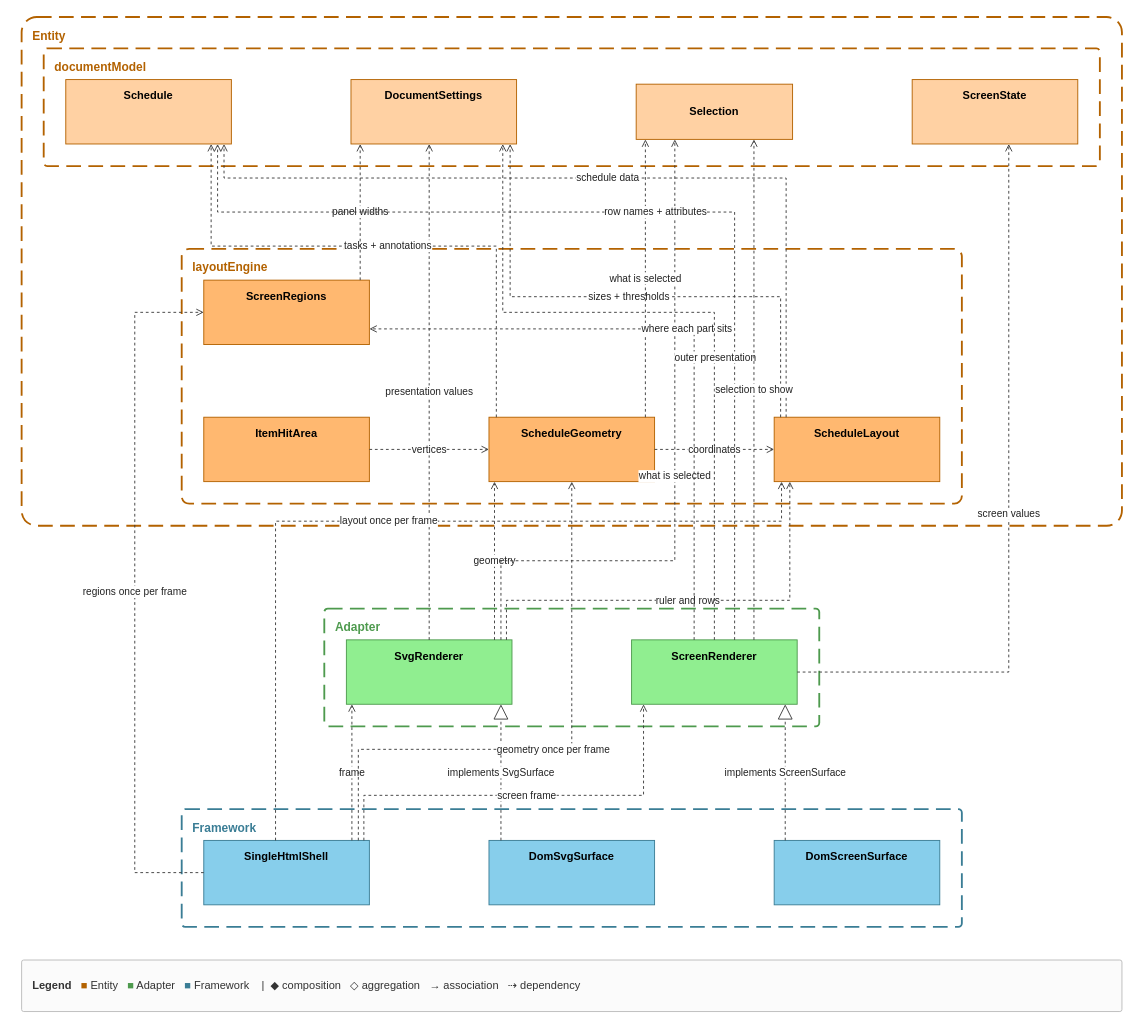
GoodRelax/gr-scheduler keeps this draw.io diagram as docs/spec/_assets/source/view-read.drawio. Above is the earlier version. Source tidied: cells renumbered, new cells numbered last; positions are measured from the earlier drawing's top-left corner, leaving out a move shared by most shapes. Both pictures are drawn from the tidied source at 92%, with x=0, y=0 at pixel (21, 17).
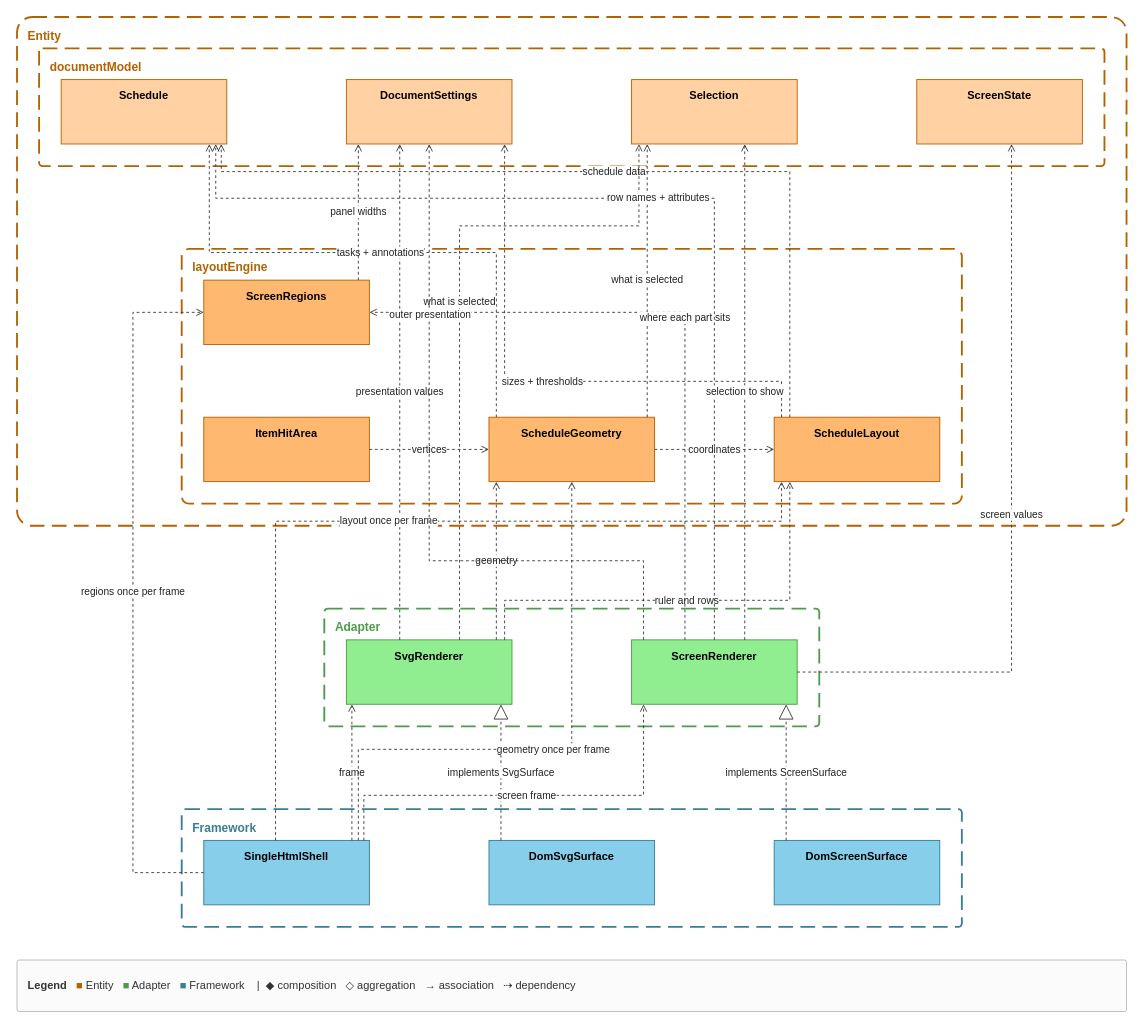
The same page after the edit.

Unchanged cells that the change refers to:
```xml
<mxCell id="7" value="&lt;b&gt;SingleHtmlShell&lt;/b&gt;" style="rounded=0;whiteSpace=wrap;html=1;verticalAlign=top;spacingTop=4;fillColor=#87CEEB;strokeColor=#3A7D95;" parent="1" vertex="1">
  <mxGeometry x="198" y="895" width="180" height="70" as="geometry" />
</mxCell>
<mxCell id="9" value="&lt;b&gt;SvgRenderer&lt;/b&gt;" style="rounded=0;whiteSpace=wrap;html=1;verticalAlign=top;spacingTop=4;fillColor=#90EE90;strokeColor=#4E9A4E;" parent="1" vertex="1">
  <mxGeometry x="353" y="677" width="180" height="70" as="geometry" />
</mxCell>
<mxCell id="12" value="&lt;b&gt;ScheduleLayout&lt;/b&gt;" style="rounded=0;whiteSpace=wrap;html=1;verticalAlign=top;spacingTop=4;fillColor=#FFB870;strokeColor=#B36200;" parent="1" vertex="1">
  <mxGeometry x="818" y="435" width="180" height="70" as="geometry" />
</mxCell>
<mxCell id="13" value="&lt;b&gt;ScheduleGeometry&lt;/b&gt;" style="rounded=0;whiteSpace=wrap;html=1;verticalAlign=top;spacingTop=4;fillColor=#FFB870;strokeColor=#B36200;" parent="1" vertex="1">
  <mxGeometry x="508" y="435" width="180" height="70" as="geometry" />
</mxCell>
<mxCell id="16" value="&lt;b&gt;ScreenRegions&lt;/b&gt;" style="rounded=0;whiteSpace=wrap;html=1;verticalAlign=top;spacingTop=4;fillColor=#FFB870;strokeColor=#B36200;" parent="1" vertex="1">
  <mxGeometry x="198" y="286" width="180" height="70" as="geometry" />
</mxCell>
<mxCell id="18" value="&lt;b&gt;ScreenRenderer&lt;/b&gt;" style="rounded=0;whiteSpace=wrap;html=1;verticalAlign=top;spacingTop=4;fillColor=#90EE90;strokeColor=#4E9A4E;" parent="1" vertex="1">
  <mxGeometry x="663" y="677" width="180" height="70" as="geometry" />
</mxCell>
<mxCell id="19" value="&lt;b&gt;DomScreenSurface&lt;/b&gt;" style="rounded=0;whiteSpace=wrap;html=1;verticalAlign=top;spacingTop=4;fillColor=#87CEEB;strokeColor=#3A7D95;" parent="1" vertex="1">
  <mxGeometry x="818" y="895" width="180" height="70" as="geometry" />
</mxCell>
```

What changed in the source:
```diff
@@
     <mxCell id="2" value="Entity" style="rounded=1;arcSize=3;fillColor=none;strokeColor=#B36200;dashed=1;dashPattern=8 4;strokeWidth=2;verticalAlign=top;align=left;spacingLeft=10;spacingTop=6;fontStyle=1;fontColor=#B36200;fontSize=13;html=1;" parent="1" vertex="1">
-      <mxGeometry width="1196" height="553" as="geometry" />
+      <mxGeometry x="-5" width="1206" height="553" as="geometry" />
     </mxCell>
     <mxCell id="3" value="documentModel" style="rounded=1;arcSize=3;fillColor=none;strokeColor=#B36200;dashed=1;dashPattern=8 4;strokeWidth=2;verticalAlign=top;align=left;spacingLeft=10;spacingTop=6;fontStyle=1;fontColor=#B36200;fontSize=13;html=1;" parent="1" vertex="1">
-      <mxGeometry x="24" y="34" width="1148" height="128" as="geometry" />
+      <mxGeometry x="19" y="34" width="1158" height="128" as="geometry" />
     </mxCell>
@@
     <mxCell id="10" value="&lt;b&gt;Schedule&lt;/b&gt;" style="rounded=0;whiteSpace=wrap;html=1;verticalAlign=top;spacingTop=4;fillColor=#FFD1A3;strokeColor=#B36200;" parent="1" vertex="1">
-      <mxGeometry x="48" y="68" width="180" height="70" as="geometry" />
+      <mxGeometry x="43" y="68" width="180" height="70" as="geometry" />
     </mxCell>
     <mxCell id="11" value="&lt;b&gt;DocumentSettings&lt;/b&gt;" style="rounded=0;whiteSpace=wrap;html=1;verticalAlign=top;spacingTop=4;fillColor=#FFD1A3;strokeColor=#B36200;" parent="1" vertex="1">
-      <mxGeometry x="358" y="68" width="180" height="70" as="geometry" />
+      <mxGeometry x="353" y="68" width="180" height="70" as="geometry" />
     </mxCell>
@@
-    <mxCell id="15" value="&lt;b&gt;Selection&lt;/b&gt;" style="rounded=0;whiteSpace=wrap;html=1;fillColor=#FFD1A3;strokeColor=#B36200;" parent="1" vertex="1">
-      <mxGeometry x="668" y="73" width="170" height="60" as="geometry" />
+    <mxCell id="15" value="&lt;b&gt;Selection&lt;/b&gt;" style="rounded=0;whiteSpace=wrap;html=1;verticalAlign=top;spacingTop=4;fillColor=#FFD1A3;strokeColor=#B36200;" parent="1" vertex="1">
+      <mxGeometry x="663" y="68" width="180" height="70" as="geometry" />
     </mxCell>
@@
     <mxCell id="17" value="&lt;b&gt;ScreenState&lt;/b&gt;" style="rounded=0;whiteSpace=wrap;html=1;verticalAlign=top;spacingTop=4;fillColor=#FFD1A3;strokeColor=#B36200;" parent="1" vertex="1">
-      <mxGeometry x="968" y="68" width="180" height="70" as="geometry" />
+      <mxGeometry x="973" y="68" width="180" height="70" as="geometry" />
     </mxCell>
@@
     <mxCell id="21" value="geometry" style="edgeStyle=orthogonalEdgeStyle;rounded=0;html=1;strokeColor=#3A3A3A;fontSize=11;fontColor=#222222;labelBackgroundColor=#FFFFFF;endArrow=open;dashed=1;" parent="1" edge="1" source="9" target="13">
       <mxGeometry relative="1" as="geometry">
         <Array as="points">
-          <mxPoint x="514" y="631" />
-          <mxPoint x="514" y="551" />
+          <mxPoint x="516" y="631" />
+          <mxPoint x="516" y="551" />
         </Array>
       </mxGeometry>
     </mxCell>
     <mxCell id="22" value="ruler and rows" style="edgeStyle=orthogonalEdgeStyle;rounded=0;html=1;strokeColor=#3A3A3A;fontSize=11;fontColor=#222222;labelBackgroundColor=#FFFFFF;endArrow=open;dashed=1;" parent="1" edge="1" source="9" target="12">
       <mxGeometry relative="1" as="geometry">
         <Array as="points">
-          <mxPoint x="527" y="656" />
-          <mxPoint x="527" y="634" />
-          <mxPoint x="527" y="634" />
-          <mxPoint x="527" y="634" />
+          <mxPoint x="525" y="656" />
+          <mxPoint x="525" y="634" />
+          <mxPoint x="525" y="634" />
+          <mxPoint x="525" y="634" />
           <mxPoint x="835" y="634" />
           <mxPoint x="835" y="634" />
           <mxPoint x="835" y="634" />
           <mxPoint x="835" y="553" />
         </Array>
       </mxGeometry>
     </mxCell>
     <mxCell id="23" value="presentation values" style="edgeStyle=orthogonalEdgeStyle;rounded=0;html=1;strokeColor=#3A3A3A;fontSize=11;fontColor=#222222;labelBackgroundColor=#FFFFFF;endArrow=open;dashed=1;" parent="1" edge="1" source="9" target="11">
       <mxGeometry relative="1" as="geometry">
         <Array as="points">
-          <mxPoint x="443" y="569" />
-          <mxPoint x="443" y="246" />
+          <mxPoint x="411" y="569" />
+          <mxPoint x="411" y="246" />
         </Array>
       </mxGeometry>
     </mxCell>
     <mxCell id="24" value="schedule data" style="edgeStyle=orthogonalEdgeStyle;rounded=0;html=1;strokeColor=#3A3A3A;fontSize=11;fontColor=#222222;labelBackgroundColor=#FFFFFF;endArrow=open;dashed=1;" parent="1" edge="1" source="12" target="10">
       <mxGeometry relative="1" as="geometry">
         <Array as="points">
-          <mxPoint x="831" y="356" />
-          <mxPoint x="831" y="175" />
-          <mxPoint x="831" y="175" />
-          <mxPoint x="831" y="175" />
-          <mxPoint x="220" y="175" />
-          <mxPoint x="220" y="175" />
-          <mxPoint x="220" y="175" />
-          <mxPoint x="220" y="156" />
+          <mxPoint x="835" y="355" />
+          <mxPoint x="835" y="168" />
+          <mxPoint x="835" y="168" />
+          <mxPoint x="835" y="168" />
+          <mxPoint x="217" y="168" />
+          <mxPoint x="217" y="168" />
+          <mxPoint x="217" y="168" />
+          <mxPoint x="217" y="153" />
         </Array>
       </mxGeometry>
     </mxCell>
     <mxCell id="25" value="sizes + thresholds" style="edgeStyle=orthogonalEdgeStyle;rounded=0;html=1;strokeColor=#3A3A3A;fontSize=11;fontColor=#222222;labelBackgroundColor=#FFFFFF;endArrow=open;dashed=1;" parent="1" edge="1" source="12" target="11">
       <mxGeometry relative="1" as="geometry">
         <Array as="points">
-          <mxPoint x="825" y="386" />
-          <mxPoint x="825" y="304" />
-          <mxPoint x="825" y="304" />
-          <mxPoint x="825" y="304" />
-          <mxPoint x="531" y="304" />
-          <mxPoint x="531" y="304" />
-          <mxPoint x="531" y="304" />
-          <mxPoint x="531" y="196" />
+          <mxPoint x="826" y="416" />
+          <mxPoint x="826" y="396" />
+          <mxPoint x="826" y="396" />
+          <mxPoint x="826" y="396" />
+          <mxPoint x="525" y="396" />
+          <mxPoint x="525" y="396" />
+          <mxPoint x="525" y="396" />
+          <mxPoint x="525" y="216" />
         </Array>
       </mxGeometry>
     </mxCell>
@@
     <mxCell id="27" value="tasks + annotations" style="edgeStyle=orthogonalEdgeStyle;rounded=0;html=1;strokeColor=#3A3A3A;fontSize=11;fontColor=#222222;labelBackgroundColor=#FFFFFF;endArrow=open;dashed=1;" parent="1" edge="1" source="13" target="10">
       <mxGeometry relative="1" as="geometry">
         <Array as="points">
-          <mxPoint x="516" y="373" />
-          <mxPoint x="516" y="249" />
-          <mxPoint x="516" y="249" />
-          <mxPoint x="516" y="249" />
-          <mxPoint x="206" y="249" />
-          <mxPoint x="206" y="249" />
-          <mxPoint x="206" y="249" />
-          <mxPoint x="206" y="182" />
+          <mxPoint x="516" y="374" />
+          <mxPoint x="516" y="256" />
+          <mxPoint x="516" y="256" />
+          <mxPoint x="516" y="256" />
+          <mxPoint x="204" y="256" />
+          <mxPoint x="204" y="256" />
+          <mxPoint x="204" y="256" />
+          <mxPoint x="204" y="184" />
         </Array>
       </mxGeometry>
     </mxCell>
@@
     <mxCell id="29" value="what is selected" style="edgeStyle=orthogonalEdgeStyle;rounded=0;html=1;strokeColor=#3A3A3A;fontSize=11;fontColor=#222222;labelBackgroundColor=#FFFFFF;endArrow=open;dashed=1;" parent="1" edge="1" source="9" target="15">
       <mxGeometry relative="1" as="geometry">
         <Array as="points">
-          <mxPoint x="521" y="641" />
-          <mxPoint x="521" y="591" />
-          <mxPoint x="521" y="591" />
-          <mxPoint x="521" y="591" />
-          <mxPoint x="710" y="591" />
-          <mxPoint x="710" y="591" />
-          <mxPoint x="710" y="591" />
-          <mxPoint x="710" y="240" />
+          <mxPoint x="476" y="565" />
+          <mxPoint x="476" y="227" />
+          <mxPoint x="476" y="227" />
+          <mxPoint x="476" y="227" />
+          <mxPoint x="671" y="227" />
+          <mxPoint x="671" y="227" />
+          <mxPoint x="671" y="227" />
+          <mxPoint x="671" y="175" />
         </Array>
       </mxGeometry>
     </mxCell>
     <mxCell id="30" value="what is selected" style="edgeStyle=orthogonalEdgeStyle;rounded=0;html=1;strokeColor=#3A3A3A;fontSize=11;fontColor=#222222;labelBackgroundColor=#FFFFFF;endArrow=open;dashed=1;" parent="1" edge="1" source="13" target="15">
       <mxGeometry relative="1" as="geometry">
         <Array as="points">
-          <mxPoint x="678" y="363" />
-          <mxPoint x="678" y="201" />
+          <mxPoint x="680" y="365" />
+          <mxPoint x="680" y="209" />
         </Array>
       </mxGeometry>
     </mxCell>
@@
     <mxCell id="34" value="regions once per frame" style="edgeStyle=orthogonalEdgeStyle;rounded=0;html=1;strokeColor=#3A3A3A;fontSize=11;fontColor=#222222;labelBackgroundColor=#FFFFFF;endArrow=open;dashed=1;" parent="1" edge="1" source="7" target="16">
       <mxGeometry relative="1" as="geometry">
         <Array as="points">
-          <mxPoint x="159" y="930" />
-          <mxPoint x="123" y="930" />
-          <mxPoint x="123" y="930" />
-          <mxPoint x="123" y="930" />
-          <mxPoint x="123" y="321" />
-          <mxPoint x="123" y="321" />
-          <mxPoint x="123" y="321" />
-          <mxPoint x="159" y="321" />
+          <mxPoint x="158" y="930" />
+          <mxPoint x="121" y="930" />
+          <mxPoint x="121" y="930" />
+          <mxPoint x="121" y="930" />
+          <mxPoint x="121" y="321" />
+          <mxPoint x="121" y="321" />
+          <mxPoint x="121" y="321" />
+          <mxPoint x="158" y="321" />
         </Array>
       </mxGeometry>
     </mxCell>
     <mxCell id="35" value="panel widths" style="edgeStyle=orthogonalEdgeStyle;rounded=0;html=1;strokeColor=#3A3A3A;fontSize=11;fontColor=#222222;labelBackgroundColor=#FFFFFF;endArrow=open;dashed=1;" parent="1" edge="1" source="16" target="11">
       <mxGeometry relative="1" as="geometry">
         <Array as="points">
-          <mxPoint x="368" y="245" />
-          <mxPoint x="368" y="179" />
+          <mxPoint x="366" y="245" />
+          <mxPoint x="366" y="179" />
         </Array>
       </mxGeometry>
     </mxCell>
@@
     <mxCell id="37" value="implements ScreenSurface" style="edgeStyle=orthogonalEdgeStyle;rounded=0;html=1;strokeColor=#3A3A3A;fontSize=11;fontColor=#222222;labelBackgroundColor=#FFFFFF;endArrow=block;endFill=0;endSize=14;dashed=1;" parent="1" edge="1" source="19" target="18">
       <mxGeometry relative="1" as="geometry">
         <Array as="points">
-          <mxPoint x="830" y="854" />
-          <mxPoint x="830" y="788" />
+          <mxPoint x="831" y="854" />
+          <mxPoint x="831" y="788" />
         </Array>
       </mxGeometry>
     </mxCell>
     <mxCell id="38" value="where each part sits" style="edgeStyle=orthogonalEdgeStyle;rounded=0;html=1;strokeColor=#3A3A3A;fontSize=11;fontColor=#222222;labelBackgroundColor=#FFFFFF;endArrow=open;dashed=1;" parent="1" edge="1" source="18" target="16">
       <mxGeometry relative="1" as="geometry">
         <Array as="points">
-          <mxPoint x="731" y="583" />
-          <mxPoint x="731" y="339" />
-          <mxPoint x="731" y="339" />
-          <mxPoint x="731" y="339" />
-          <mxPoint x="508" y="339" />
+          <mxPoint x="721" y="580" />
+          <mxPoint x="721" y="321" />
+          <mxPoint x="721" y="321" />
+          <mxPoint x="721" y="321" />
+          <mxPoint x="505" y="321" />
         </Array>
       </mxGeometry>
     </mxCell>
     <mxCell id="39" value="screen values" style="edgeStyle=orthogonalEdgeStyle;rounded=0;html=1;strokeColor=#3A3A3A;fontSize=11;fontColor=#222222;labelBackgroundColor=#FFFFFF;endArrow=open;dashed=1;" parent="1" edge="1" source="18" target="17">
       <mxGeometry relative="1" as="geometry">
         <Array as="points">
-          <mxPoint x="938" y="712" />
-          <mxPoint x="1073" y="712" />
-          <mxPoint x="1073" y="712" />
-          <mxPoint x="1073" y="712" />
-          <mxPoint x="1073" y="268" />
+          <mxPoint x="939" y="712" />
+          <mxPoint x="1076" y="712" />
+          <mxPoint x="1076" y="712" />
+          <mxPoint x="1076" y="712" />
+          <mxPoint x="1076" y="268" />
         </Array>
       </mxGeometry>
     </mxCell>
     <mxCell id="40" value="row names + attributes" style="edgeStyle=orthogonalEdgeStyle;rounded=0;html=1;strokeColor=#3A3A3A;fontSize=11;fontColor=#222222;labelBackgroundColor=#FFFFFF;endArrow=open;dashed=1;" parent="1" edge="1" source="18" target="10">
       <mxGeometry relative="1" as="geometry">
         <Array as="points">
-          <mxPoint x="775" y="563" />
-          <mxPoint x="775" y="212" />
-          <mxPoint x="775" y="212" />
-          <mxPoint x="775" y="212" />
-          <mxPoint x="213" y="212" />
-          <mxPoint x="213" y="212" />
-          <mxPoint x="213" y="212" />
-          <mxPoint x="213" y="170" />
+          <mxPoint x="753" y="560" />
+          <mxPoint x="753" y="197" />
+          <mxPoint x="753" y="197" />
+          <mxPoint x="753" y="197" />
+          <mxPoint x="211" y="197" />
+          <mxPoint x="211" y="197" />
+          <mxPoint x="211" y="197" />
+          <mxPoint x="211" y="165" />
         </Array>
       </mxGeometry>
     </mxCell>
     <mxCell id="41" style="edgeStyle=orthogonalEdgeStyle;rounded=0;html=1;strokeColor=#3A3A3A;fontSize=11;fontColor=#222222;labelBackgroundColor=#FFFFFF;endArrow=open;dashed=1;" parent="1" edge="1" source="18" target="11">
       <mxGeometry relative="1" as="geometry">
         <Array as="points">
-          <mxPoint x="753" y="580" />
-          <mxPoint x="753" y="321" />
-          <mxPoint x="753" y="321" />
-          <mxPoint x="753" y="321" />
-          <mxPoint x="523" y="321" />
-          <mxPoint x="523" y="321" />
-          <mxPoint x="523" y="321" />
-          <mxPoint x="523" y="200" />
+          <mxPoint x="676" y="641" />
+          <mxPoint x="676" y="591" />
+          <mxPoint x="676" y="591" />
+          <mxPoint x="676" y="591" />
+          <mxPoint x="443" y="591" />
+          <mxPoint x="443" y="591" />
+          <mxPoint x="443" y="591" />
+          <mxPoint x="443" y="251" />
         </Array>
       </mxGeometry>
     </mxCell>
     <mxCell id="42" value="outer presentation" style="edgeLabel;html=1;align=center;verticalAlign=middle;labelBackgroundColor=#FFFFFF;fontSize=11;fontColor=#222222;" parent="41" vertex="1">
-      <mxGeometry x="-0.2" relative="1" as="geometry" />
+      <mxGeometry x="0.52" relative="1" as="geometry" />
     </mxCell>
     <mxCell id="43" value="selection to show" style="edgeStyle=orthogonalEdgeStyle;rounded=0;html=1;strokeColor=#3A3A3A;fontSize=11;fontColor=#222222;labelBackgroundColor=#FFFFFF;endArrow=open;dashed=1;" parent="1" edge="1" source="18" target="15">
       <mxGeometry relative="1" as="geometry">
         <Array as="points">
-          <mxPoint x="796" y="567" />
-          <mxPoint x="796" y="236" />
+          <mxPoint x="786" y="569" />
+          <mxPoint x="786" y="246" />
         </Array>
       </mxGeometry>
     </mxCell>
     <mxCell id="44" value="&lt;b&gt;Legend&lt;/b&gt; &amp;nbsp; &lt;font color='#B36200'&gt;&amp;#9632;&lt;/font&gt; Entity &amp;nbsp; &lt;font color='#4E9A4E'&gt;&amp;#9632;&lt;/font&gt; Adapter &amp;nbsp; &lt;font color='#3A7D95'&gt;&amp;#9632;&lt;/font&gt; Framework &amp;nbsp; &amp;nbsp;|&amp;nbsp; &amp;#9670; composition &amp;nbsp; &amp;#9671; aggregation &amp;nbsp; &amp;#8594; association &amp;nbsp; &amp;#8674; dependency" style="rounded=1;arcSize=4;whiteSpace=wrap;html=1;fillColor=#FBFBFB;strokeColor=#BBBBBB;align=left;verticalAlign=middle;spacingLeft=10;spacingRight=10;fontSize=12;fontColor=#333333;" parent="1" vertex="1">
-      <mxGeometry y="1025" width="1196" height="56" as="geometry" />
+      <mxGeometry x="-5" y="1025" width="1206" height="56" as="geometry" />
     </mxCell>
```
